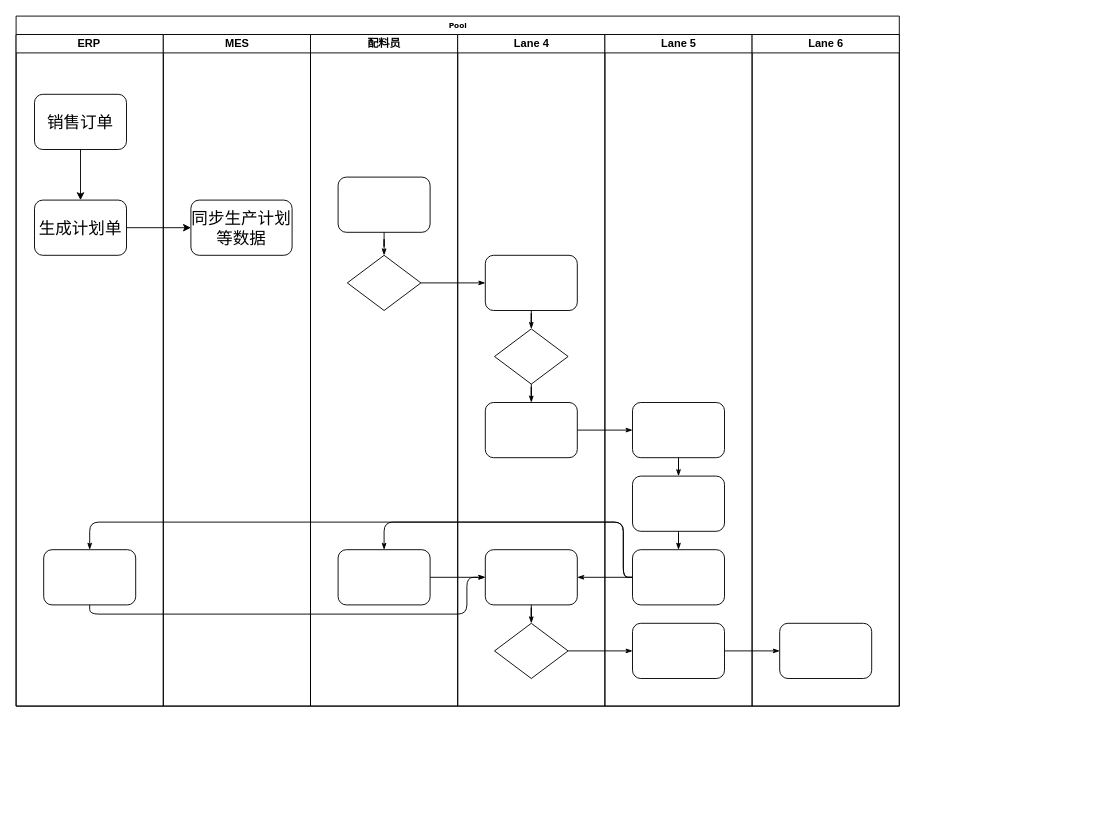
This is data/上尚-配料流程.drawio from chenyanxi/hosts, a draw.io file, before an edit. Source tidied: cells renumbered, new cells numbered last; positions are measured from the earlier drawing's top-left corner, leaving out a move shared by most shapes. Both pictures are drawn from the tidied source at 92%, with x=0, y=0 at pixel (16, 16).
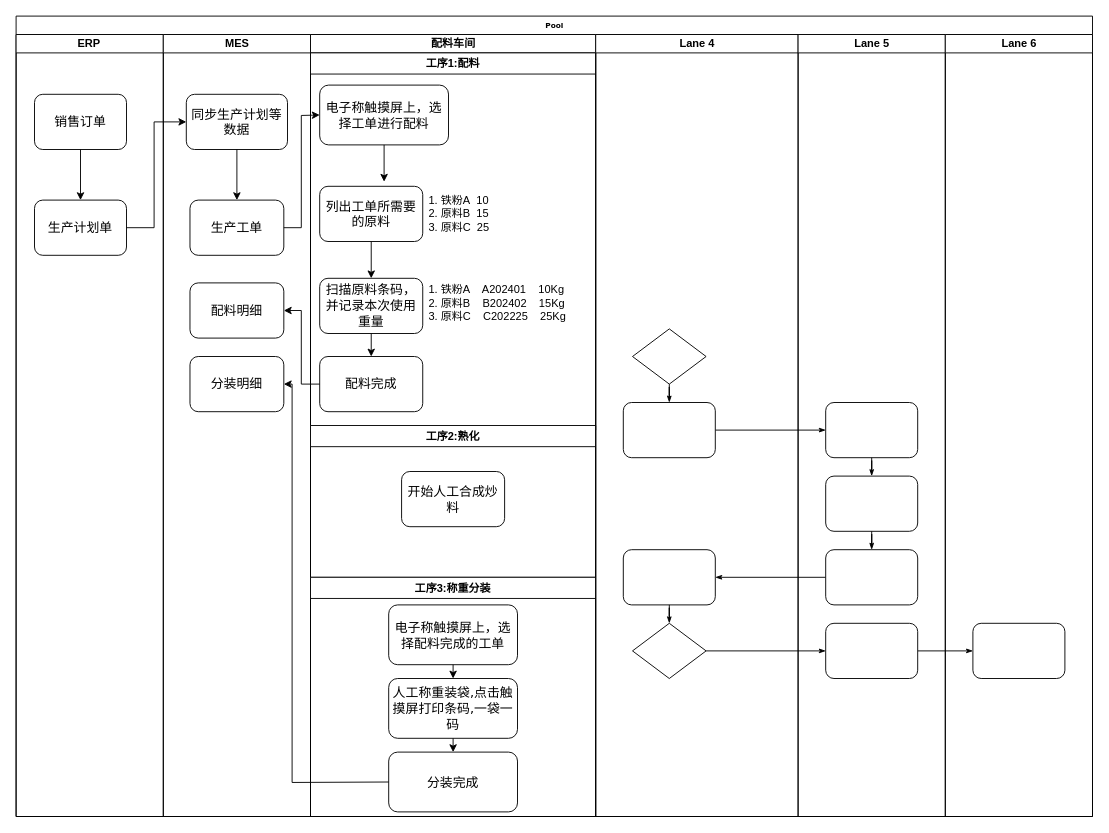
The same diagram, later.

Commit message (it also covers changes not shown here):
更新上尚-配料流程.drawio

Unchanged cells that the change refers to:
```xml
<mxCell id="26" style="rhombus;whiteSpace=wrap;html=1;rounded=0;shadow=0;labelBackgroundColor=none;strokeWidth=1;fontFamily=Verdana;fontSize=8;align=center;" parent="24" vertex="1">
  <mxGeometry x="40" y="320" width="80" height="60" as="geometry" />
</mxCell>
<mxCell id="28" style="rounded=1;whiteSpace=wrap;html=1;shadow=0;labelBackgroundColor=none;strokeWidth=1;fontFamily=Verdana;fontSize=8;align=center;" parent="24" vertex="1">
  <mxGeometry x="30" y="560" width="100" height="60" as="geometry" />
</mxCell>
<mxCell id="36" style="rounded=1;whiteSpace=wrap;html=1;shadow=0;labelBackgroundColor=none;strokeWidth=1;fontFamily=Verdana;fontSize=8;align=center;" parent="33" vertex="1">
  <mxGeometry x="30" y="560" width="100" height="60" as="geometry" />
</mxCell>
```

Diff of the diagram source:
```diff
@@
     <mxCell id="2" value="Pool" style="swimlane;html=1;startSize=20;rounded=0;shadow=0;labelBackgroundColor=none;strokeWidth=1;fontFamily=Verdana;fontSize=8;align=center;" parent="1" vertex="1">
-      <mxGeometry width="960" height="750" as="geometry" />
+      <mxGeometry width="1170" height="870" as="geometry" />
     </mxCell>
     <mxCell id="3" value="ERP&lt;span style=&quot;white-space: pre;&quot;&gt;&#9;&lt;/span&gt;" style="swimlane;html=1;startSize=20;" parent="2" vertex="1">
-      <mxGeometry y="20" width="160" height="730" as="geometry" />
+      <mxGeometry y="20" width="160" height="850" as="geometry" />
     </mxCell>
-    <mxCell id="4" value="&lt;font style=&quot;font-size: 18px;&quot;&gt;销售订单&lt;/font&gt;" style="rounded=1;whiteSpace=wrap;html=1;shadow=0;labelBackgroundColor=none;strokeWidth=1;fontFamily=Verdana;fontSize=8;align=center;" parent="3" vertex="1">
+    <mxCell id="4" value="&lt;font style=&quot;font-size: 14px;&quot;&gt;销售订单&lt;/font&gt;" style="rounded=1;whiteSpace=wrap;html=1;shadow=0;labelBackgroundColor=none;strokeWidth=1;fontFamily=Verdana;fontSize=8;align=center;" parent="3" vertex="1">
       <mxGeometry x="20" y="65" width="100" height="60" as="geometry" />
     </mxCell>
-    <mxCell id="5" value="&lt;font style=&quot;font-size: 18px;&quot;&gt;生成计划单&lt;/font&gt;" style="rounded=1;whiteSpace=wrap;html=1;shadow=0;labelBackgroundColor=none;strokeWidth=1;fontFamily=Verdana;fontSize=8;align=center;" parent="3" vertex="1">
+    <mxCell id="5" value="&lt;font style=&quot;font-size: 14px;&quot;&gt;生产计划单&lt;/font&gt;" style="rounded=1;whiteSpace=wrap;html=1;shadow=0;labelBackgroundColor=none;strokeWidth=1;fontFamily=Verdana;fontSize=8;align=center;" parent="3" vertex="1">
       <mxGeometry x="20" y="180" width="100" height="60" as="geometry" />
     </mxCell>
-    <mxCell id="6" style="rounded=1;whiteSpace=wrap;html=1;shadow=0;labelBackgroundColor=none;strokeWidth=1;fontFamily=Verdana;fontSize=8;align=center;" parent="3" vertex="1">
-      <mxGeometry x="30" y="560" width="100" height="60" as="geometry" />
-    </mxCell>
@@
-    <mxCell id="8" style="edgeStyle=orthogonalEdgeStyle;rounded=1;html=1;labelBackgroundColor=none;startArrow=none;startFill=0;startSize=5;endArrow=classicThin;endFill=1;endSize=5;jettySize=auto;strokeWidth=1;fontFamily=Verdana;fontSize=8;" parent="2" edge="1" source="21" target="25">
-      <mxGeometry relative="1" as="geometry" />
-    </mxCell>
@@
-    <mxCell id="12" style="edgeStyle=orthogonalEdgeStyle;rounded=1;html=1;labelBackgroundColor=none;startArrow=none;startFill=0;startSize=5;endArrow=classicThin;endFill=1;endSize=5;jettySize=auto;strokeWidth=1;fontFamily=Verdana;fontSize=8;" parent="2" edge="1" source="36" target="22">
-      <mxGeometry relative="1" as="geometry">
-        <Array as="points">
-          <mxPoint x="660" y="610" />
-          <mxPoint x="660" y="550" />
-          <mxPoint x="400" y="550" />
-        </Array>
-      </mxGeometry>
-    </mxCell>
@@
-    <mxCell id="14" style="edgeStyle=orthogonalEdgeStyle;rounded=1;html=1;labelBackgroundColor=none;startArrow=none;startFill=0;startSize=5;endArrow=classicThin;endFill=1;endSize=5;jettySize=auto;strokeWidth=1;fontFamily=Verdana;fontSize=8;" parent="2" edge="1" source="36" target="6">
-      <mxGeometry relative="1" as="geometry">
-        <Array as="points">
-          <mxPoint x="660" y="610" />
-          <mxPoint x="660" y="550" />
-          <mxPoint x="80" y="550" />
-        </Array>
-      </mxGeometry>
-    </mxCell>
-    <mxCell id="15" style="edgeStyle=orthogonalEdgeStyle;rounded=1;html=1;labelBackgroundColor=none;startArrow=none;startFill=0;startSize=5;endArrow=classicThin;endFill=1;endSize=5;jettySize=auto;strokeWidth=1;fontFamily=Verdana;fontSize=8;" parent="2" edge="1" source="6" target="28">
-      <mxGeometry relative="1" as="geometry">
-        <Array as="points">
-          <mxPoint x="80" y="650" />
-          <mxPoint x="490" y="650" />
-          <mxPoint x="490" y="610" />
-        </Array>
-      </mxGeometry>
-    </mxCell>
-    <mxCell id="16" style="edgeStyle=orthogonalEdgeStyle;rounded=1;html=1;labelBackgroundColor=none;startArrow=none;startFill=0;startSize=5;endArrow=classicThin;endFill=1;endSize=5;jettySize=auto;strokeWidth=1;fontFamily=Verdana;fontSize=8;" parent="2" edge="1" source="22" target="28">
-      <mxGeometry relative="1" as="geometry" />
-    </mxCell>
     <mxCell id="17" value="MES" style="swimlane;html=1;startSize=20;" parent="2" vertex="1">
-      <mxGeometry x="160" y="20" width="160" height="730" as="geometry" />
+      <mxGeometry x="160" y="20" width="160" height="850" as="geometry" />
     </mxCell>
-    <mxCell id="18" value="&lt;font style=&quot;font-size: 18px;&quot;&gt;同步生产计划等数据&lt;/font&gt;" style="rounded=1;whiteSpace=wrap;html=1;shadow=0;labelBackgroundColor=none;strokeWidth=1;fontFamily=Verdana;fontSize=8;align=center;" parent="17" vertex="1">
-      <mxGeometry x="30" y="180" width="110" height="60" as="geometry" />
+    <mxCell id="18" value="&lt;font style=&quot;font-size: 14px;&quot;&gt;同步生产计划等数据&lt;/font&gt;" style="rounded=1;whiteSpace=wrap;html=1;shadow=0;labelBackgroundColor=none;strokeWidth=1;fontFamily=Verdana;fontSize=8;align=center;" parent="17" vertex="1">
+      <mxGeometry x="25" y="65" width="110" height="60" as="geometry" />
     </mxCell>
+    <mxCell id="20" value="&lt;font style=&quot;font-size: 14px;&quot;&gt;生产工单&lt;/font&gt;" style="rounded=1;whiteSpace=wrap;html=1;shadow=0;labelBackgroundColor=none;strokeWidth=1;fontFamily=Verdana;fontSize=8;align=center;" parent="17" vertex="1">
+      <mxGeometry x="29" y="180" width="102" height="60" as="geometry" />
+    </mxCell>
+    <mxCell id="43" style="endArrow=classic;html=1;rounded=0;exitX=0.5;exitY=1;exitDx=0;exitDy=0;entryX=0.5;entryY=0;entryDx=0;entryDy=0;" parent="17" edge="1" source="18" target="20">
+      <mxGeometry relative="1" as="geometry" />
+    </mxCell>
+    <mxCell id="44" value="&lt;font style=&quot;font-size: 14px;&quot;&gt;配料明细&lt;/font&gt;" style="rounded=1;whiteSpace=wrap;html=1;shadow=0;labelBackgroundColor=none;strokeWidth=1;fontFamily=Verdana;fontSize=8;align=center;" parent="17" vertex="1">
+      <mxGeometry x="29" y="270" width="102" height="60" as="geometry" />
+    </mxCell>
+    <mxCell id="45" value="&lt;font style=&quot;font-size: 14px;&quot;&gt;分装明细&lt;/font&gt;" style="rounded=1;whiteSpace=wrap;html=1;shadow=0;labelBackgroundColor=none;strokeWidth=1;fontFamily=Verdana;fontSize=8;align=center;" parent="17" vertex="1">
+      <mxGeometry x="29" y="350" width="102" height="60" as="geometry" />
+    </mxCell>
-    <mxCell id="19" value="配料员" style="swimlane;html=1;startSize=20;" parent="2" vertex="1">
-      <mxGeometry x="320" y="20" width="160" height="730" as="geometry" />
+    <mxCell id="19" value="配料车间" style="swimlane;html=1;startSize=20;" parent="2" vertex="1">
+      <mxGeometry x="320" y="20" width="310" height="850" as="geometry" />
     </mxCell>
-    <mxCell id="20" style="rounded=1;whiteSpace=wrap;html=1;shadow=0;labelBackgroundColor=none;strokeWidth=1;fontFamily=Verdana;fontSize=8;align=center;" parent="19" vertex="1">
-      <mxGeometry x="30" y="155" width="100" height="60" as="geometry" />
-    </mxCell>
-    <mxCell id="21" style="rhombus;whiteSpace=wrap;html=1;rounded=0;shadow=0;labelBackgroundColor=none;strokeWidth=1;fontFamily=Verdana;fontSize=8;align=center;" parent="19" vertex="1">
-      <mxGeometry x="40" y="240" width="80" height="60" as="geometry" />
-    </mxCell>
-    <mxCell id="22" style="rounded=1;whiteSpace=wrap;html=1;shadow=0;labelBackgroundColor=none;strokeWidth=1;fontFamily=Verdana;fontSize=8;align=center;" parent="19" vertex="1">
-      <mxGeometry x="30" y="560" width="100" height="60" as="geometry" />
-    </mxCell>
-    <mxCell id="23" style="edgeStyle=orthogonalEdgeStyle;rounded=1;html=1;labelBackgroundColor=none;startArrow=none;startFill=0;startSize=5;endArrow=classicThin;endFill=1;endSize=5;jettySize=auto;strokeWidth=1;fontFamily=Verdana;fontSize=8;" parent="19" edge="1" source="20" target="21">
-      <mxGeometry relative="1" as="geometry" />
-    </mxCell>
+    <mxCell id="25" value="&lt;font style=&quot;font-size: 14px;&quot;&gt;电子称触摸屏上，选择工单进行配料&lt;/font&gt;" style="rounded=1;whiteSpace=wrap;html=1;shadow=0;labelBackgroundColor=none;strokeWidth=1;fontFamily=Verdana;fontSize=8;align=center;" parent="19" vertex="1">
+      <mxGeometry x="10" y="55" width="140" height="65" as="geometry" />
+    </mxCell>
+    <mxCell id="46" value="&lt;span style=&quot;font-size: 14px;&quot;&gt;列出工单所需要的原料&lt;/span&gt;" style="rounded=1;whiteSpace=wrap;html=1;shadow=0;labelBackgroundColor=none;strokeWidth=1;fontFamily=Verdana;fontSize=8;align=center;" parent="19" vertex="1">
+      <mxGeometry x="10" y="165" width="112" height="60" as="geometry" />
+    </mxCell>
+    <mxCell id="47" value="&lt;ol&gt;&lt;li&gt;铁粉A&amp;nbsp; 10&lt;/li&gt;&lt;li&gt;原料B&amp;nbsp; 15&lt;/li&gt;&lt;li&gt;原料C&amp;nbsp; 25&lt;/li&gt;&lt;/ol&gt;" style="text;strokeColor=none;fillColor=none;html=1;whiteSpace=wrap;verticalAlign=middle;overflow=hidden;" parent="19" vertex="1">
+      <mxGeometry x="100" y="155" width="100" height="80" as="geometry" />
+    </mxCell>
+    <mxCell id="48" value="&lt;span style=&quot;font-size: 14px;&quot;&gt;扫描原料条码，并记录本次使用重量&lt;/span&gt;" style="rounded=1;whiteSpace=wrap;html=1;shadow=0;labelBackgroundColor=none;strokeWidth=1;fontFamily=Verdana;fontSize=8;align=center;" parent="19" vertex="1">
+      <mxGeometry x="10" y="265" width="112" height="60" as="geometry" />
+    </mxCell>
+    <mxCell id="49" value="&lt;div&gt;&lt;br&gt;&lt;/div&gt;&lt;ol&gt;&lt;li&gt;铁粉A&amp;nbsp; &amp;nbsp; A202401&amp;nbsp; &amp;nbsp; 10Kg&lt;/li&gt;&lt;li&gt;原料B&amp;nbsp; &amp;nbsp; B202402&amp;nbsp; &amp;nbsp; 15Kg&lt;/li&gt;&lt;li&gt;原料C&amp;nbsp; &amp;nbsp; C202225&amp;nbsp; &amp;nbsp; 25Kg&lt;/li&gt;&lt;/ol&gt;" style="text;strokeColor=none;fillColor=none;html=1;whiteSpace=wrap;verticalAlign=middle;overflow=hidden;" parent="19" vertex="1">
+      <mxGeometry x="100" y="235" width="190" height="100" as="geometry" />
+    </mxCell>
+    <mxCell id="50" value="工序1:配料" style="swimlane;whiteSpace=wrap;html=1;startSize=23;" parent="19" vertex="1">
+      <mxGeometry y="20" width="310" height="410" as="geometry" />
+    </mxCell>
+    <mxCell id="51" value="&lt;span style=&quot;font-size: 14px;&quot;&gt;配料完成&lt;/span&gt;" style="rounded=1;whiteSpace=wrap;html=1;shadow=0;labelBackgroundColor=none;strokeWidth=1;fontFamily=Verdana;fontSize=8;align=center;" parent="50" vertex="1">
+      <mxGeometry x="10" y="330" width="112" height="60" as="geometry" />
+    </mxCell>
+    <mxCell id="52" style="endArrow=classic;html=1;rounded=0;exitX=0.5;exitY=1;exitDx=0;exitDy=0;" parent="50" edge="1" source="25">
+      <mxGeometry relative="1" as="geometry">
+        <mxPoint x="80" y="140" as="targetPoint" />
+      </mxGeometry>
+    </mxCell>
+    <mxCell id="53" value="工序2:熟化" style="swimlane;whiteSpace=wrap;html=1;startSize=23;" parent="19" vertex="1">
+      <mxGeometry y="425" width="310" height="165" as="geometry" />
+    </mxCell>
+    <mxCell id="54" value="&lt;span style=&quot;font-size: 14px;&quot;&gt;开始人工合成炒料&lt;/span&gt;" style="rounded=1;whiteSpace=wrap;html=1;shadow=0;labelBackgroundColor=none;strokeWidth=1;fontFamily=Verdana;fontSize=8;align=center;" parent="53" vertex="1">
+      <mxGeometry x="99" y="50" width="112" height="60" as="geometry" />
+    </mxCell>
+    <mxCell id="55" value="工序3:称重分装" style="swimlane;whiteSpace=wrap;html=1;" parent="19" vertex="1">
+      <mxGeometry y="590" width="310" height="260" as="geometry" />
+    </mxCell>
+    <mxCell id="56" value="&lt;font style=&quot;font-size: 14px;&quot;&gt;电子称触摸屏上，选择配料完成的工单&lt;/font&gt;" style="rounded=1;whiteSpace=wrap;html=1;shadow=0;labelBackgroundColor=none;strokeWidth=1;fontFamily=Verdana;fontSize=8;align=center;" parent="55" vertex="1">
+      <mxGeometry x="85" y="30" width="140" height="65" as="geometry" />
+    </mxCell>
+    <mxCell id="57" value="&lt;font style=&quot;font-size: 14px;&quot;&gt;人工称重装袋,点击触摸屏打印条码,一袋一码&lt;/font&gt;" style="rounded=1;whiteSpace=wrap;html=1;shadow=0;labelBackgroundColor=none;strokeWidth=1;fontFamily=Verdana;fontSize=8;align=center;" parent="55" vertex="1">
+      <mxGeometry x="85" y="110" width="140" height="65" as="geometry" />
+    </mxCell>
+    <mxCell id="58" value="&lt;font style=&quot;font-size: 14px;&quot;&gt;分装完成&lt;/font&gt;" style="rounded=1;whiteSpace=wrap;html=1;shadow=0;labelBackgroundColor=none;strokeWidth=1;fontFamily=Verdana;fontSize=8;align=center;" parent="55" vertex="1">
+      <mxGeometry x="85" y="190" width="140" height="65" as="geometry" />
+    </mxCell>
+    <mxCell id="59" style="endArrow=classic;html=1;rounded=0;exitX=0.5;exitY=1;exitDx=0;exitDy=0;entryX=0.5;entryY=0;entryDx=0;entryDy=0;" parent="55" edge="1" source="56" target="57">
+      <mxGeometry relative="1" as="geometry" />
+    </mxCell>
+    <mxCell id="60" style="endArrow=classic;html=1;rounded=0;exitX=0.5;exitY=1;exitDx=0;exitDy=0;" parent="55" edge="1" source="57" target="58">
+      <mxGeometry relative="1" as="geometry" />
+    </mxCell>
+    <mxCell id="61" style="endArrow=classic;html=1;rounded=0;exitX=0.5;exitY=1;exitDx=0;exitDy=0;entryX=0.5;entryY=0;entryDx=0;entryDy=0;" parent="19" edge="1" source="46" target="48">
+      <mxGeometry relative="1" as="geometry" />
+    </mxCell>
+    <mxCell id="62" style="endArrow=classic;html=1;rounded=0;exitX=0.5;exitY=1;exitDx=0;exitDy=0;entryX=0.5;entryY=0;entryDx=0;entryDy=0;" parent="19" edge="1" source="48" target="51">
+      <mxGeometry relative="1" as="geometry" />
+    </mxCell>
     <mxCell id="24" value="Lane 4" style="swimlane;html=1;startSize=20;" parent="2" vertex="1">
-      <mxGeometry x="480" y="20" width="160" height="730" as="geometry" />
+      <mxGeometry x="630" y="20" width="220" height="850" as="geometry" />
     </mxCell>
-    <mxCell id="25" style="rounded=1;whiteSpace=wrap;html=1;shadow=0;labelBackgroundColor=none;strokeWidth=1;fontFamily=Verdana;fontSize=8;align=center;" parent="24" vertex="1">
-      <mxGeometry x="30" y="240" width="100" height="60" as="geometry" />
-    </mxCell>
@@
-    <mxCell id="30" style="edgeStyle=orthogonalEdgeStyle;rounded=1;html=1;labelBackgroundColor=none;startArrow=none;startFill=0;startSize=5;endArrow=classicThin;endFill=1;endSize=5;jettySize=auto;strokeColor=#000000;strokeWidth=1;fontFamily=Verdana;fontSize=8;fontColor=#000000;" parent="24" edge="1" source="25" target="26">
-      <mxGeometry relative="1" as="geometry" />
-    </mxCell>
@@
     <mxCell id="33" value="Lane 5" style="swimlane;html=1;startSize=20;" parent="2" vertex="1">
-      <mxGeometry x="640" y="20" width="160" height="730" as="geometry" />
+      <mxGeometry x="850" y="20" width="160" height="850" as="geometry" />
     </mxCell>
@@
     <mxCell id="40" value="Lane 6" style="swimlane;html=1;startSize=20;" parent="2" vertex="1">
-      <mxGeometry x="800" y="20" width="160" height="730" as="geometry" />
+      <mxGeometry x="1010" y="20" width="160" height="850" as="geometry" />
     </mxCell>
@@
     <mxCell id="42" style="endArrow=classic;html=1;rounded=0;exitX=1;exitY=0.5;exitDx=0;exitDy=0;entryX=0;entryY=0.5;entryDx=0;entryDy=0;" parent="2" edge="1" source="5" target="18">
-      <mxGeometry relative="1" as="geometry" />
+      <mxGeometry relative="1" as="geometry">
+        <Array as="points">
+          <mxPoint x="150" y="230" />
+          <mxPoint x="150" y="115" />
+        </Array>
+      </mxGeometry>
     </mxCell>
+    <mxCell id="63" style="endArrow=classic;html=1;rounded=0;exitX=1;exitY=0.5;exitDx=0;exitDy=0;entryX=0;entryY=0.5;entryDx=0;entryDy=0;" parent="2" edge="1" source="20" target="25">
+      <mxGeometry relative="1" as="geometry">
+        <Array as="points">
+          <mxPoint x="310" y="230" />
+          <mxPoint x="310" y="108" />
+        </Array>
+      </mxGeometry>
+    </mxCell>
+    <mxCell id="64" style="endArrow=classic;html=1;rounded=0;exitX=0;exitY=0.5;exitDx=0;exitDy=0;entryX=1;entryY=0.5;entryDx=0;entryDy=0;" parent="2" edge="1" source="51" target="44">
+      <mxGeometry relative="1" as="geometry">
+        <Array as="points">
+          <mxPoint x="310" y="400" />
+          <mxPoint x="310" y="320" />
+        </Array>
+      </mxGeometry>
+    </mxCell>
+    <mxCell id="65" style="endArrow=classic;html=1;rounded=0;exitX=0;exitY=0.5;exitDx=0;exitDy=0;entryX=1;entryY=0.5;entryDx=0;entryDy=0;" parent="2" edge="1" source="58" target="45">
+      <mxGeometry relative="1" as="geometry">
+        <Array as="points">
+          <mxPoint x="300" y="833" />
+          <mxPoint x="300" y="400" />
+        </Array>
+      </mxGeometry>
+    </mxCell>
```
